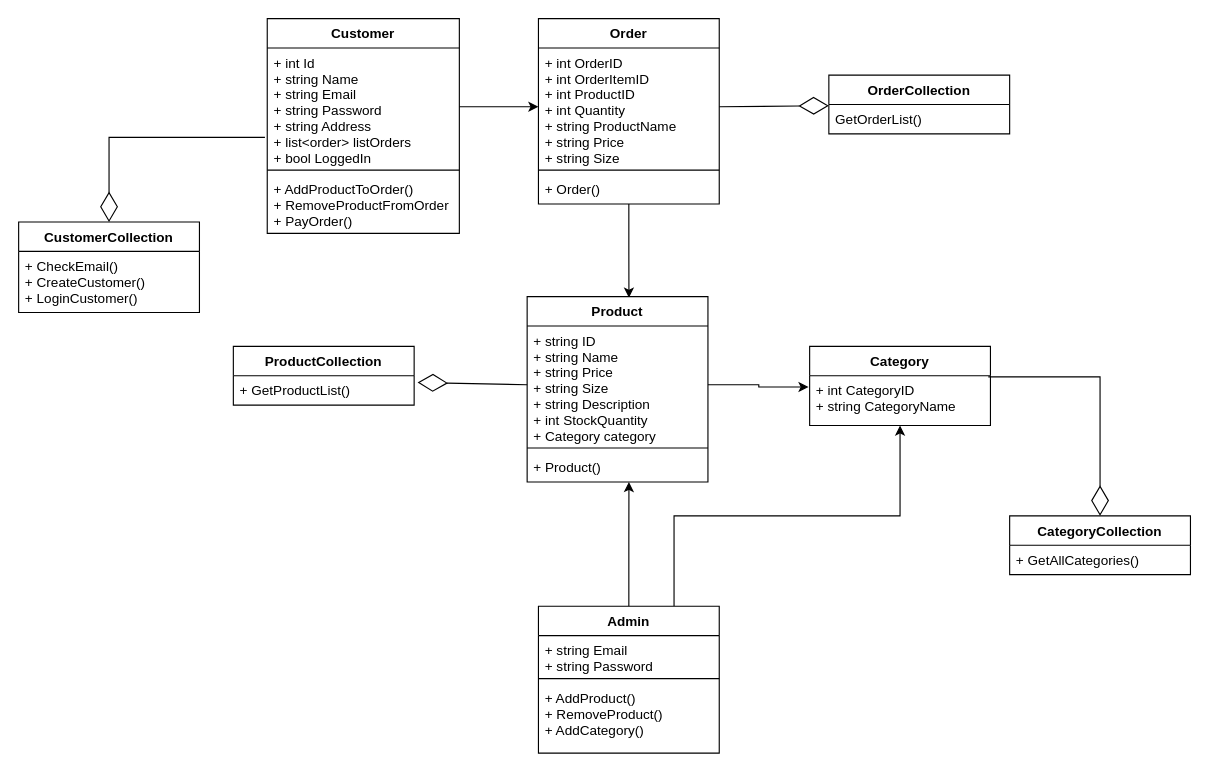
Before: ICT/S2_OlafDuynstee/ClassDiagram(1).drawio in duynstee/TennisWebshop, a draw.io diagram. Source tidied: cells renumbered, new cells numbered last; positions are measured from the earlier drawing's top-left corner, leaving out a move shared by most shapes. Both pictures are drawn from the tidied source at 113%, with x=0, y=0 at pixel (18, 18).
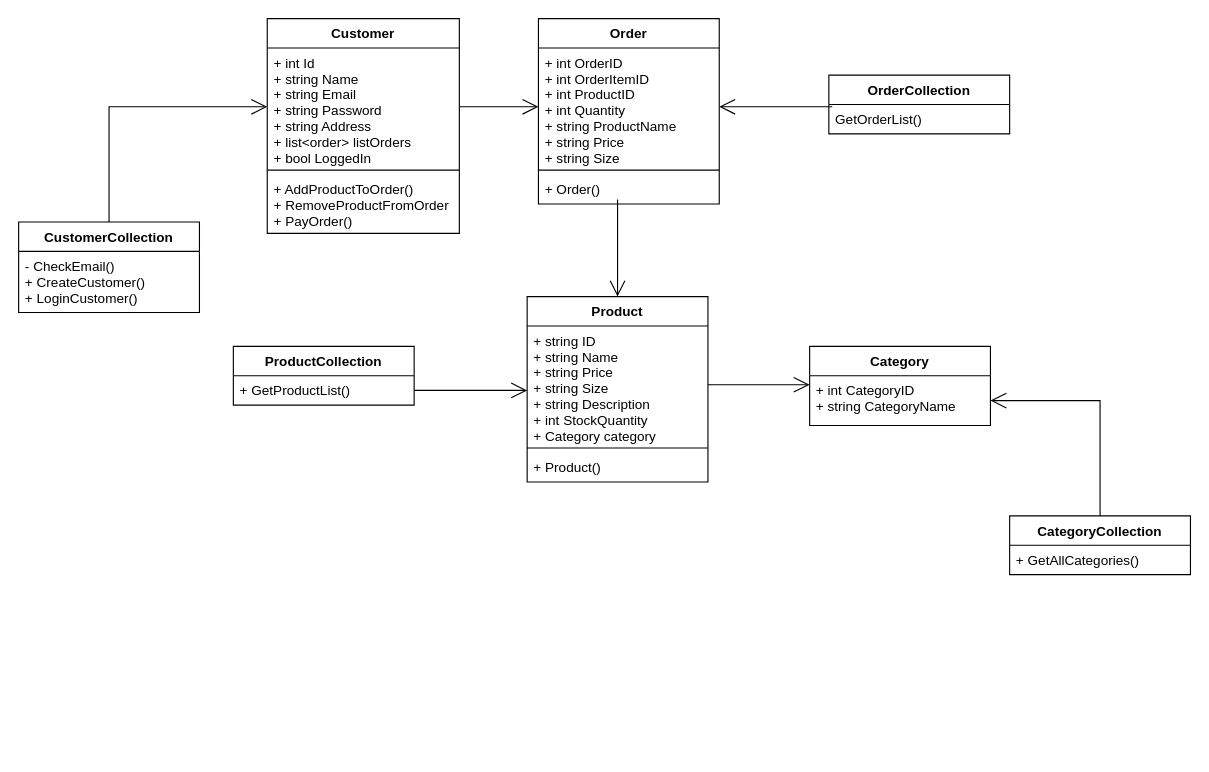
The same diagram, later.

The change refers to these unchanged cells:
```xml
<mxCell id="3" value="Order" style="swimlane;fontStyle=1;align=center;verticalAlign=top;horizontal=1;startSize=26;" parent="1" vertex="1">
  <mxGeometry x="460" width="160" height="164" as="geometry" />
</mxCell>
<mxCell id="4" value="+ int OrderID&#10;+ int OrderItemID&#10;+ int ProductID&#10;+ int Quantity&#10;+ string ProductName&#10;+ string Price&#10;+ string Size&#10;" style="text;strokeColor=none;fillColor=none;align=left;verticalAlign=top;spacingLeft=4;spacingRight=4;overflow=hidden;points=[[0,0.5],[1,0.5]];portConstraint=eastwest;" parent="3" vertex="1">
  <mxGeometry y="26" width="160" height="104" as="geometry" />
</mxCell>
<mxCell id="8" value="GetOrderList()" style="text;strokeColor=none;fillColor=none;align=left;verticalAlign=top;spacingLeft=4;spacingRight=4;overflow=hidden;points=[[0,0.5],[1,0.5]];portConstraint=eastwest;" parent="7" vertex="1">
  <mxGeometry y="26" width="160" height="26" as="geometry" />
</mxCell>
<mxCell id="9" value="Product" style="swimlane;fontStyle=1;align=center;verticalAlign=top;horizontal=1;startSize=26;" parent="1" vertex="1">
  <mxGeometry x="450" y="246" width="160" height="164" as="geometry" />
</mxCell>
<mxCell id="10" value="+ string ID&#10;+ string Name&#10;+ string Price&#10;+ string Size&#10;+ string Description&#10;+ int StockQuantity&#10;+ Category category&#10;&#10;&#10;" style="text;strokeColor=none;fillColor=none;align=left;verticalAlign=top;spacingLeft=4;spacingRight=4;overflow=hidden;points=[[0,0.5],[1,0.5]];portConstraint=eastwest;" parent="9" vertex="1">
  <mxGeometry y="26" width="160" height="104" as="geometry" />
</mxCell>
<mxCell id="12" value="+ Product()" style="text;strokeColor=none;fillColor=none;align=left;verticalAlign=top;spacingLeft=4;spacingRight=4;overflow=hidden;points=[[0,0.5],[1,0.5]];portConstraint=eastwest;" parent="9" vertex="1">
  <mxGeometry y="138" width="160" height="26" as="geometry" />
</mxCell>
<mxCell id="14" value="+ GetProductList()" style="text;strokeColor=none;fillColor=none;align=left;verticalAlign=top;spacingLeft=4;spacingRight=4;overflow=hidden;points=[[0,0.5],[1,0.5]];portConstraint=eastwest;" parent="13" vertex="1">
  <mxGeometry y="26" width="160" height="26" as="geometry" />
</mxCell>
<mxCell id="15" value="CategoryCollection" style="swimlane;fontStyle=1;align=center;verticalAlign=top;horizontal=1;startSize=26;" parent="1" vertex="1">
  <mxGeometry x="877" y="440" width="160" height="52" as="geometry" />
</mxCell>
<mxCell id="18" value="+ int Id&#10;+ string Name&#10;+ string Email&#10;+ string Password&#10;+ string Address&#10;+ list&lt;order&gt; listOrders&#10;+ bool LoggedIn&#10;&#10;" style="text;strokeColor=none;fillColor=none;align=left;verticalAlign=top;spacingLeft=4;spacingRight=4;overflow=hidden;points=[[0,0.5],[1,0.5]];portConstraint=eastwest;" parent="17" vertex="1">
  <mxGeometry y="26" width="170" height="104" as="geometry" />
</mxCell>
<mxCell id="21" value="CustomerCollection" style="swimlane;fontStyle=1;align=center;verticalAlign=top;horizontal=1;startSize=26;" parent="1" vertex="1">
  <mxGeometry y="180" width="160" height="80" as="geometry" />
</mxCell>
<mxCell id="23" value="Category" style="swimlane;fontStyle=1;align=center;verticalAlign=top;horizontal=1;startSize=26;" parent="1" vertex="1">
  <mxGeometry x="700" y="290" width="160" height="70" as="geometry" />
</mxCell>
<mxCell id="24" value="+ int CategoryID&#10;+ string CategoryName&#10;" style="text;strokeColor=none;fillColor=none;align=left;verticalAlign=top;spacingLeft=4;spacingRight=4;overflow=hidden;points=[[0,0.5],[1,0.5]];portConstraint=eastwest;" parent="23" vertex="1">
  <mxGeometry y="26" width="160" height="44" as="geometry" />
</mxCell>
```

What changed in the source:
```diff
@@
-    <mxCell id="2" style="edgeStyle=orthogonalEdgeStyle;rounded=0;jettySize=auto;html=1;entryX=0.563;entryY=0.006;entryDx=0;entryDy=0;entryPerimeter=0;endArrow=classic;endFill=1;startSize=6;endSize=6;strokeWidth=1;" parent="1" edge="1" source="3" target="9">
-      <mxGeometry relative="1" as="geometry" />
-    </mxCell>
@@
-    <mxCell id="22" value="+ CheckEmail()&#10;+ CreateCustomer()&#10;+ LoginCustomer()&#10;" style="text;strokeColor=none;fillColor=none;align=left;verticalAlign=top;spacingLeft=4;spacingRight=4;overflow=hidden;" parent="21" vertex="1">
+    <mxCell id="22" value="- CheckEmail()&#10;+ CreateCustomer()&#10;+ LoginCustomer()&#10;" style="text;strokeColor=none;fillColor=none;align=left;verticalAlign=top;spacingLeft=4;spacingRight=4;overflow=hidden;" parent="21" vertex="1">
       <mxGeometry y="26" width="160" height="54" as="geometry" />
     </mxCell>
@@
-    <mxCell id="25" style="edgeStyle=orthogonalEdgeStyle;rounded=0;jettySize=auto;html=1;exitX=0.5;exitY=0;exitDx=0;exitDy=0;entryX=0.563;entryY=1;entryDx=0;entryDy=0;entryPerimeter=0;endArrow=classic;endFill=1;startSize=6;endSize=6;strokeWidth=1;" parent="1" edge="1" source="27" target="12">
-      <mxGeometry relative="1" as="geometry" />
-    </mxCell>
-    <mxCell id="26" style="edgeStyle=orthogonalEdgeStyle;rounded=0;jettySize=auto;html=1;exitX=0.75;exitY=0;exitDx=0;exitDy=0;entryX=0.5;entryY=1;entryDx=0;entryDy=0;endArrow=classic;endFill=1;startSize=6;endSize=6;strokeWidth=1;" parent="1" edge="1" source="27" target="23">
-      <mxGeometry relative="1" as="geometry" />
-    </mxCell>
-    <mxCell id="27" value="Admin" style="swimlane;fontStyle=1;align=center;verticalAlign=top;horizontal=1;startSize=26;" parent="1" vertex="1">
-      <mxGeometry x="460" y="520" width="160" height="130" as="geometry" />
-    </mxCell>
-    <mxCell id="28" value="+ string Email&#10;+ string Password&#10;" style="text;strokeColor=none;fillColor=none;align=left;verticalAlign=top;spacingLeft=4;spacingRight=4;overflow=hidden;" parent="27" vertex="1">
-      <mxGeometry y="26" width="160" height="34" as="geometry" />
-    </mxCell>
-    <mxCell id="29" style="line;strokeWidth=1;fillColor=none;align=left;verticalAlign=middle;spacingTop=-1;spacingLeft=3;spacingRight=3;labelPosition=right;" parent="27" vertex="1">
-      <mxGeometry y="60" width="160" height="8" as="geometry" />
-    </mxCell>
-    <mxCell id="30" value="+ AddProduct()&#10;+ RemoveProduct()&#10;+ AddCategory()&#10;&#10;" style="text;strokeColor=none;fillColor=none;align=left;verticalAlign=top;spacingLeft=4;spacingRight=4;overflow=hidden;" parent="27" vertex="1">
-      <mxGeometry y="68" width="160" height="62" as="geometry" />
-    </mxCell>
-    <mxCell id="31" style="endArrow=diamondThin;endFill=0;endSize=24;html=1;rounded=0;strokeWidth=1;exitX=0;exitY=0.5;exitDx=0;exitDy=0;entryX=1.019;entryY=0.231;entryDx=0;entryDy=0;entryPerimeter=0;" parent="1" edge="1" source="10" target="14">
-      <mxGeometry relative="1" as="geometry" />
-    </mxCell>
-    <mxCell id="32" style="endArrow=diamondThin;endFill=0;endSize=24;html=1;rounded=0;strokeWidth=1;exitX=1;exitY=0.5;exitDx=0;exitDy=0;entryX=0;entryY=0.038;entryDx=0;entryDy=0;entryPerimeter=0;" parent="1" edge="1" source="4" target="8">
-      <mxGeometry relative="1" as="geometry" />
-    </mxCell>
-    <mxCell id="33" style="endArrow=diamondThin;endFill=0;endSize=24;html=1;rounded=0;strokeWidth=1;exitX=-0.012;exitY=0.76;exitDx=0;exitDy=0;entryX=0.5;entryY=0;entryDx=0;entryDy=0;exitPerimeter=0;" parent="1" edge="1" source="18" target="21">
-      <mxGeometry relative="1" as="geometry">
-        <Array as="points">
-          <mxPoint x="80" y="105" />
-        </Array>
-      </mxGeometry>
-    </mxCell>
-    <mxCell id="34" style="endArrow=diamondThin;endFill=0;endSize=24;html=1;rounded=0;strokeWidth=1;exitX=0.988;exitY=0.023;exitDx=0;exitDy=0;entryX=0.5;entryY=0;entryDx=0;entryDy=0;exitPerimeter=0;" parent="1" edge="1" source="24" target="15">
-      <mxGeometry relative="1" as="geometry">
-        <Array as="points">
-          <mxPoint x="957" y="317" />
-        </Array>
-      </mxGeometry>
-    </mxCell>
+    <mxCell id="37" style="endArrow=open;endFill=1;endSize=12;html=1;rounded=0;exitX=1;exitY=0.5;exitDx=0;exitDy=0;" parent="1" edge="1" source="10">
+      <mxGeometry relative="1" as="geometry">
+        <mxPoint x="700" y="324" as="targetPoint" />
+      </mxGeometry>
+    </mxCell>
+    <mxCell id="38" style="endArrow=open;endFill=1;endSize=12;html=1;rounded=0;exitX=1;exitY=0.5;exitDx=0;exitDy=0;" parent="1" edge="1" source="14">
+      <mxGeometry relative="1" as="geometry">
+        <mxPoint x="450" y="329" as="targetPoint" />
+      </mxGeometry>
+    </mxCell>
+    <mxCell id="39" style="endArrow=open;endFill=1;endSize=12;html=1;rounded=0;entryX=1;entryY=0.5;entryDx=0;entryDy=0;" parent="1" edge="1" target="4">
+      <mxGeometry relative="1" as="geometry">
+        <mxPoint x="720" y="78" as="sourcePoint" />
+      </mxGeometry>
+    </mxCell>
-    <mxCell id="35" style="edgeStyle=orthogonalEdgeStyle;rounded=0;jettySize=auto;html=1;entryX=0;entryY=0.5;entryDx=0;entryDy=0;endArrow=classic;endFill=1;startSize=6;endSize=6;strokeWidth=1;" parent="1" edge="1" source="18" target="4">
+    <mxCell id="35" style="endArrow=open;endFill=1;endSize=12;html=1;rounded=0;entryX=0;entryY=0.5;entryDx=0;entryDy=0;exitX=1;exitY=0.5;exitDx=0;exitDy=0;" parent="1" edge="1" source="18" target="4">
       <mxGeometry relative="1" as="geometry" />
     </mxCell>
-    <mxCell id="36" style="edgeStyle=orthogonalEdgeStyle;rounded=0;jettySize=auto;html=1;entryX=-0.006;entryY=0.227;entryDx=0;entryDy=0;entryPerimeter=0;endArrow=classic;endFill=1;startSize=6;endSize=6;strokeWidth=1;" parent="1" edge="1" source="10" target="24">
-      <mxGeometry relative="1" as="geometry" />
-    </mxCell>
+    <mxCell id="40" style="endArrow=open;endFill=1;endSize=12;html=1;rounded=0;entryX=0.5;entryY=0;entryDx=0;entryDy=0;" parent="1" edge="1" target="9">
+      <mxGeometry relative="1" as="geometry">
+        <mxPoint x="530" y="160" as="sourcePoint" />
+      </mxGeometry>
+    </mxCell>
+    <mxCell id="41" style="endArrow=open;endFill=1;endSize=12;html=1;rounded=0;exitX=0.5;exitY=0;exitDx=0;exitDy=0;entryX=0;entryY=0.5;entryDx=0;entryDy=0;" parent="1" edge="1" source="21" target="18">
+      <mxGeometry relative="1" as="geometry">
+        <Array as="points">
+          <mxPoint x="80" y="78" />
+        </Array>
+      </mxGeometry>
+    </mxCell>
+    <mxCell id="42" style="endArrow=open;endFill=1;endSize=12;html=1;rounded=0;exitX=0.5;exitY=0;exitDx=0;exitDy=0;entryX=1;entryY=0.5;entryDx=0;entryDy=0;" parent="1" edge="1" source="15" target="24">
+      <mxGeometry relative="1" as="geometry">
+        <Array as="points">
+          <mxPoint x="957" y="338" />
+        </Array>
+      </mxGeometry>
+    </mxCell>
```
